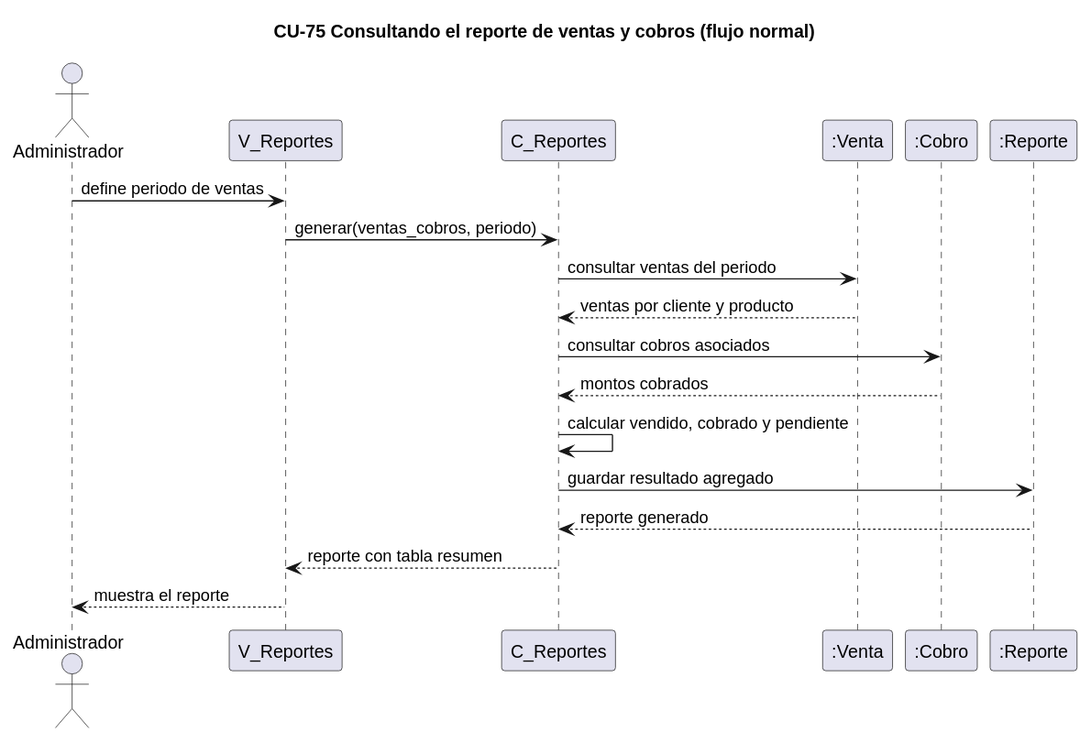
kenjikaese/Triverde keeps this PlantUML diagram as docs/trabajo-grupal/diagramas/secuencias/cu75-reporte-ventas-cobros-normal.svg. Above is the earlier version.
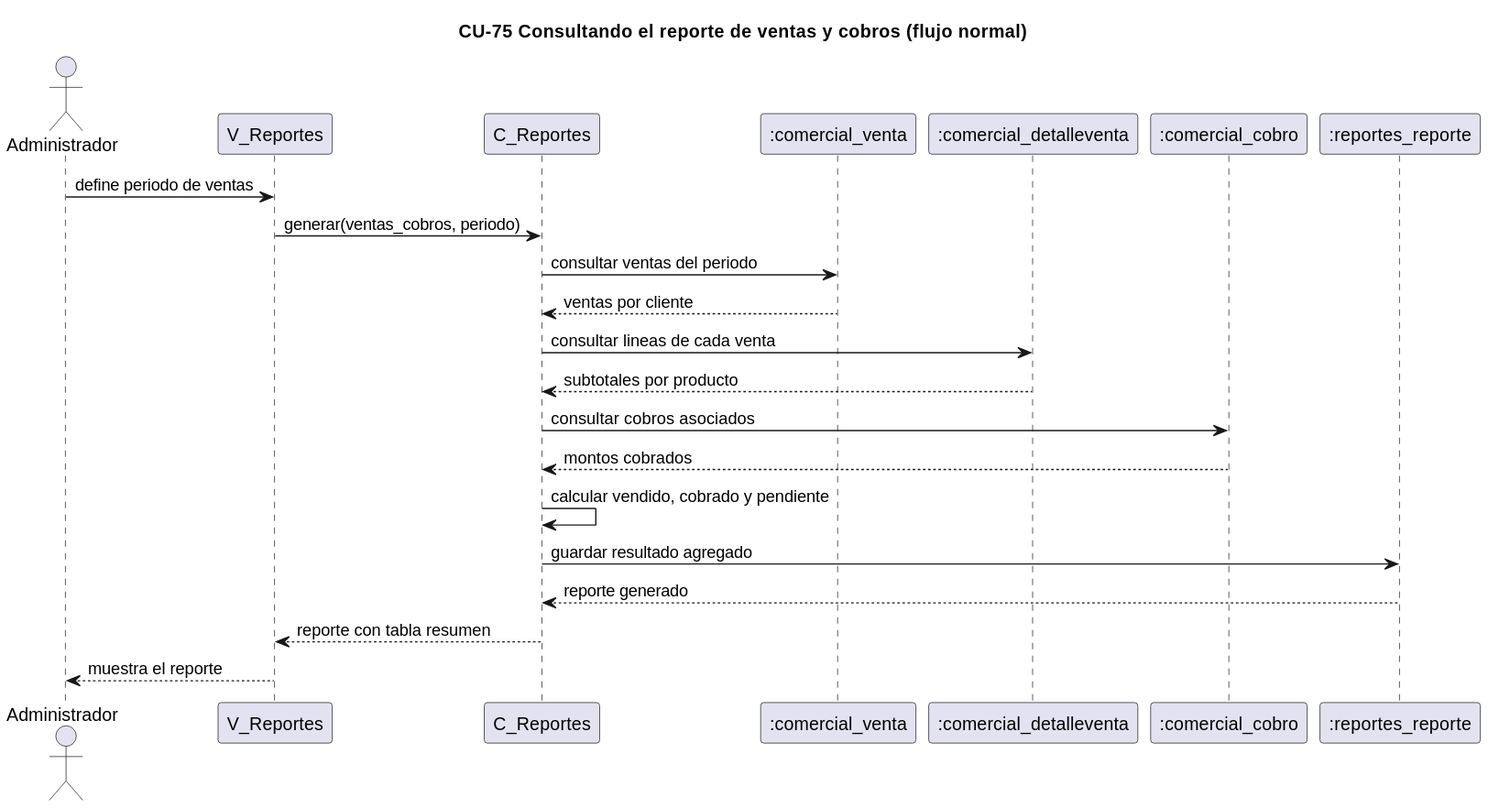
After the change.

The edit, as a diff of the source:
```diff
@@ -3,13 +3,16 @@
 actor Administrador
 participant "V_Reportes" as V
 participant "C_Reportes" as C
-participant ":Venta" as VEN
-participant ":Cobro" as COB
-participant ":Reporte" as REP
+participant ":comercial_venta" as VEN
+participant ":comercial_detalleventa" as DV
+participant ":comercial_cobro" as COB
+participant ":reportes_reporte" as REP
 Administrador -> V : define periodo de ventas
 V -> C : generar(ventas_cobros, periodo)
 C -> VEN : consultar ventas del periodo
-VEN --> C : ventas por cliente y producto
+VEN --> C : ventas por cliente
+C -> DV : consultar lineas de cada venta
+DV --> C : subtotales por producto
 C -> COB : consultar cobros asociados
 COB --> C : montos cobrados
 C -> C : calcular vendido, cobrado y pendiente
```
